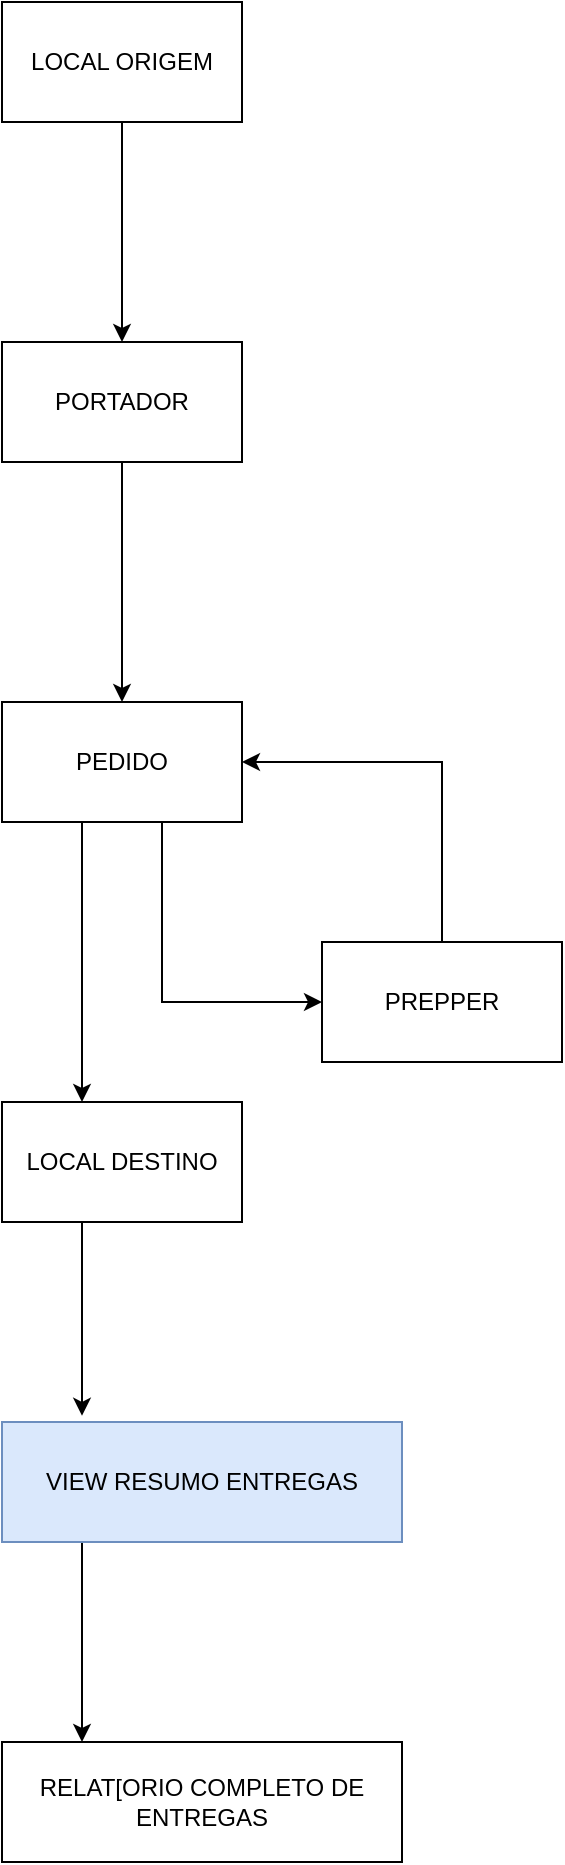
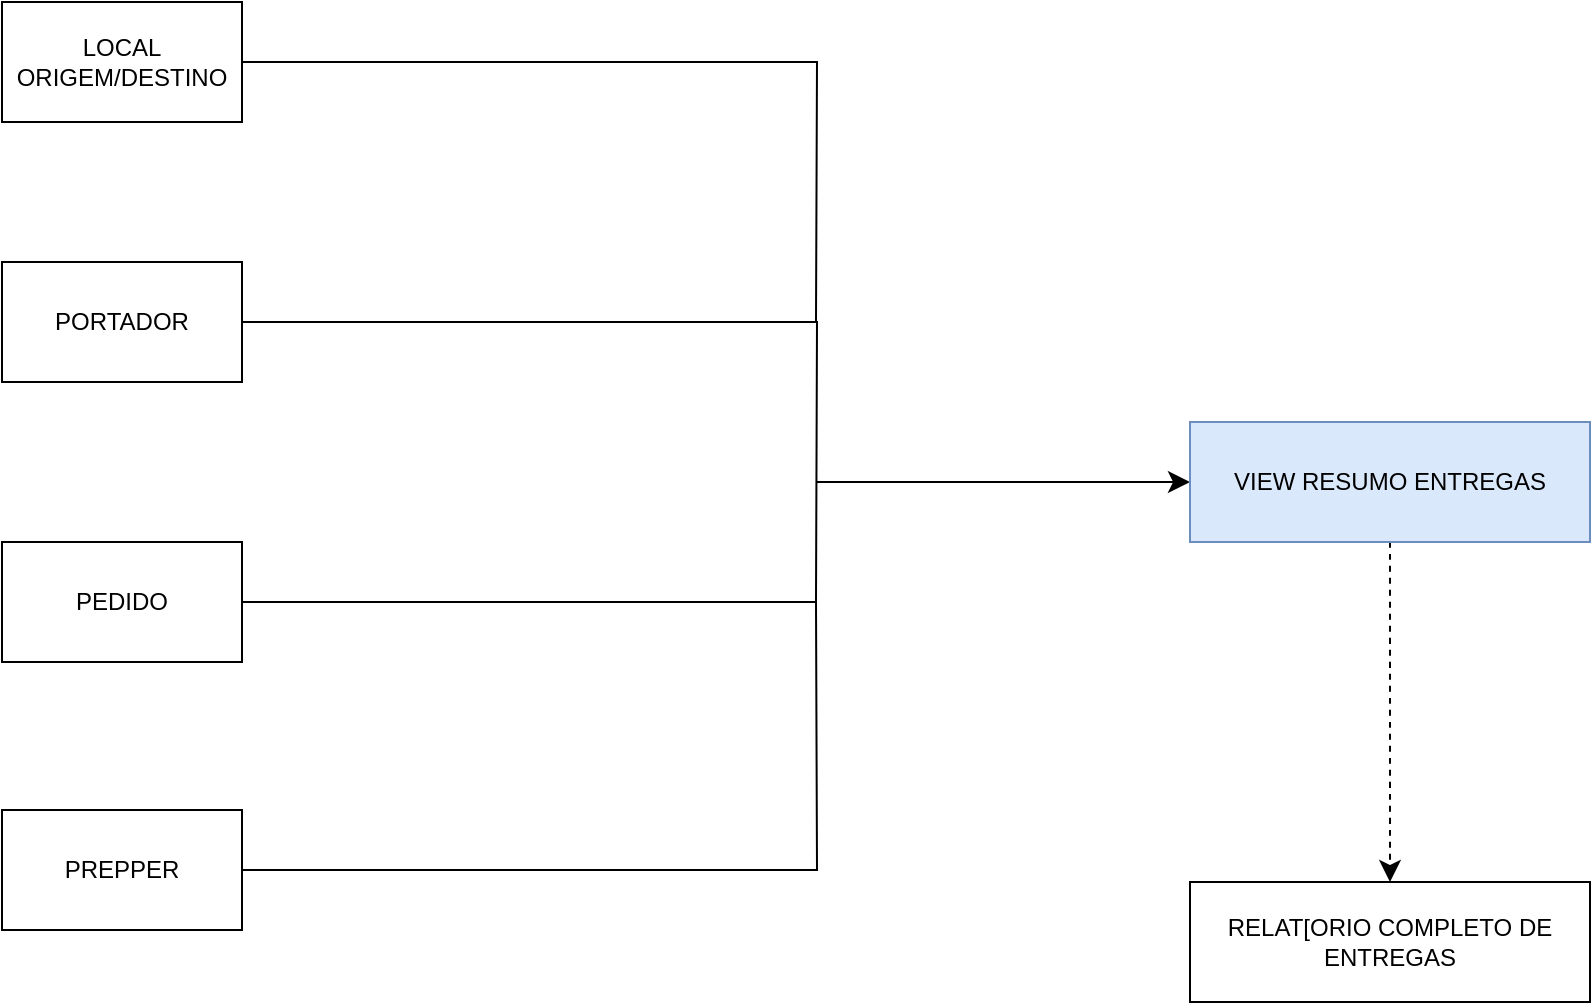
<mxfile host="app.diagrams.net">
  <diagram name="Página-1" id="6ztZoes9-9X1TJFB1nBm">
-     <mxGraphModel dx="2867" dy="1663" grid="1" gridSize="10" guides="1" tooltips="1" connect="1" arrows="1" fold="1" page="1" pageScale="1" pageWidth="827" pageHeight="1169" math="0" shadow="0">
+     <mxGraphModel dx="2282" dy="1348" grid="1" gridSize="10" guides="1" tooltips="1" connect="1" arrows="1" fold="1" page="1" pageScale="1" pageWidth="827" pageHeight="1169" math="0" shadow="0">
      <root>
        <mxCell id="0" />
        <mxCell id="1" parent="0" />
-         <mxCell id="YXhNt6_YL84UlJhjIzcj-8" edge="1" parent="1" source="YXhNt6_YL84UlJhjIzcj-1" style="edgeStyle=orthogonalEdgeStyle;rounded=0;orthogonalLoop=1;jettySize=auto;html=1;" target="YXhNt6_YL84UlJhjIzcj-2">
-           <mxGeometry relative="1" as="geometry" />
+         <mxCell id="mGEY4_qnDEc_kFkiYiXG-14" edge="1" parent="1" source="YXhNt6_YL84UlJhjIzcj-1" style="edgeStyle=orthogonalEdgeStyle;rounded=0;orthogonalLoop=1;jettySize=auto;html=1;fontSize=12;startSize=8;endSize=8;endArrow=none;endFill=0;">
+           <mxGeometry relative="1" as="geometry">
+             <mxPoint x="640" y="420" as="targetPoint" />
+           </mxGeometry>
        </mxCell>
        <mxCell id="YXhNt6_YL84UlJhjIzcj-1" parent="1" style="rounded=0;whiteSpace=wrap;html=1;" value="PORTADOR" vertex="1">
-           <mxGeometry height="60" width="120" x="80" y="250" as="geometry" />
+           <mxGeometry height="60" width="120" x="233" y="250" as="geometry" />
        </mxCell>
-         <mxCell id="YXhNt6_YL84UlJhjIzcj-7" edge="1" parent="1" source="YXhNt6_YL84UlJhjIzcj-2" style="edgeStyle=orthogonalEdgeStyle;rounded=0;orthogonalLoop=1;jettySize=auto;html=1;entryX=0;entryY=0.5;entryDx=0;entryDy=0;" target="YXhNt6_YL84UlJhjIzcj-3">
+         <mxCell id="mGEY4_qnDEc_kFkiYiXG-5" edge="1" parent="1" source="YXhNt6_YL84UlJhjIzcj-2" style="edgeStyle=none;curved=1;rounded=0;orthogonalLoop=1;jettySize=auto;html=1;fontSize=12;startSize=8;endSize=8;endArrow=none;endFill=0;">
          <mxGeometry relative="1" as="geometry">
-             <Array as="points">
-               <mxPoint x="160" y="580" />
-             </Array>
-             <mxPoint x="139.9999999999999" y="590" as="targetPoint" />
-           </mxGeometry>
-         </mxCell>
-         <mxCell id="YXhNt6_YL84UlJhjIzcj-10" edge="1" parent="1" source="YXhNt6_YL84UlJhjIzcj-2" style="edgeStyle=orthogonalEdgeStyle;rounded=0;orthogonalLoop=1;jettySize=auto;html=1;" target="YXhNt6_YL84UlJhjIzcj-9">
-           <mxGeometry relative="1" as="geometry">
-             <Array as="points">
-               <mxPoint x="120" y="570" />
-               <mxPoint x="120" y="570" />
-             </Array>
+             <mxPoint x="640" y="420" as="targetPoint" />
          </mxGeometry>
        </mxCell>
        <mxCell id="YXhNt6_YL84UlJhjIzcj-2" parent="1" style="rounded=0;whiteSpace=wrap;html=1;" value="PEDIDO" vertex="1">
-           <mxGeometry height="60" width="120" x="80" y="430" as="geometry" />
+           <mxGeometry height="60" width="120" x="233" y="390" as="geometry" />
        </mxCell>
-         <mxCell id="YXhNt6_YL84UlJhjIzcj-6" edge="1" parent="1" source="YXhNt6_YL84UlJhjIzcj-3" style="edgeStyle=orthogonalEdgeStyle;rounded=0;orthogonalLoop=1;jettySize=auto;html=1;">
+         <mxCell id="mGEY4_qnDEc_kFkiYiXG-9" edge="1" parent="1" source="YXhNt6_YL84UlJhjIzcj-3" style="edgeStyle=orthogonalEdgeStyle;rounded=0;orthogonalLoop=1;jettySize=auto;html=1;fontSize=12;startSize=8;endSize=8;exitX=1;exitY=0.5;exitDx=0;exitDy=0;endArrow=none;endFill=0;">
          <mxGeometry relative="1" as="geometry">
-             <Array as="points">
-               <mxPoint x="300" y="460" />
-               <mxPoint x="200" y="460" />
-             </Array>
-             <mxPoint x="200" y="460" as="targetPoint" />
+             <mxPoint x="403" y="553.8" as="sourcePoint" />
+             <mxPoint x="640" y="420" as="targetPoint" />
          </mxGeometry>
        </mxCell>
        <mxCell id="YXhNt6_YL84UlJhjIzcj-3" parent="1" style="rounded=0;whiteSpace=wrap;html=1;" value="PREPPER" vertex="1">
-           <mxGeometry height="60" width="120" x="240" y="550" as="geometry" />
+           <mxGeometry height="60" width="120" x="233" y="524" as="geometry" />
        </mxCell>
-         <mxCell id="YXhNt6_YL84UlJhjIzcj-9" parent="1" style="rounded=0;whiteSpace=wrap;html=1;" value="LOCAL DESTINO" vertex="1">
-           <mxGeometry height="60" width="120" x="80" y="630" as="geometry" />
+         <mxCell id="mGEY4_qnDEc_kFkiYiXG-10" edge="1" parent="1" source="YXhNt6_YL84UlJhjIzcj-11" style="edgeStyle=none;curved=1;rounded=0;orthogonalLoop=1;jettySize=auto;html=1;entryX=0.5;entryY=0;entryDx=0;entryDy=0;fontSize=12;startSize=8;endSize=8;dashed=1;exitX=0.5;exitY=1;exitDx=0;exitDy=0;" target="YXhNt6_YL84UlJhjIzcj-12">
+           <mxGeometry relative="1" as="geometry" />
        </mxCell>
-         <mxCell id="YXhNt6_YL84UlJhjIzcj-14" edge="1" parent="1" style="edgeStyle=orthogonalEdgeStyle;rounded=0;orthogonalLoop=1;jettySize=auto;html=1;">
+         <mxCell id="Yu_gA6qHSWWPDAq4r-Sa-1" edge="1" parent="1" source="YXhNt6_YL84UlJhjIzcj-11" style="edgeStyle=none;curved=1;rounded=0;orthogonalLoop=1;jettySize=auto;html=1;fontSize=12;startSize=8;endSize=8;startArrow=classic;startFill=1;endArrow=none;endFill=0;">
          <mxGeometry relative="1" as="geometry">
-             <Array as="points">
-               <mxPoint x="120" y="910" />
-               <mxPoint x="120" y="910" />
-             </Array>
-             <mxPoint x="120" y="850" as="sourcePoint" />
-             <mxPoint x="120" y="950" as="targetPoint" />
+             <mxPoint x="640" y="360" as="targetPoint" />
          </mxGeometry>
        </mxCell>
        <mxCell id="YXhNt6_YL84UlJhjIzcj-11" parent="1" style="rounded=0;whiteSpace=wrap;html=1;fillColor=#dae8fc;strokeColor=#6c8ebf;" value="VIEW RESUMO ENTREGAS" vertex="1">
-           <mxGeometry height="60" width="200" x="80" y="790" as="geometry" />
+           <mxGeometry height="60" width="200" x="827" y="330" as="geometry" />
        </mxCell>
        <mxCell id="YXhNt6_YL84UlJhjIzcj-12" parent="1" style="rounded=0;whiteSpace=wrap;html=1;" value="RELAT[ORIO COMPLETO DE ENTREGAS" vertex="1">
-           <mxGeometry height="60" width="200" x="80" y="950" as="geometry" />
+           <mxGeometry height="60" width="200" x="827" y="560" as="geometry" />
        </mxCell>
-         <mxCell id="YXhNt6_YL84UlJhjIzcj-13" edge="1" parent="1" style="edgeStyle=orthogonalEdgeStyle;rounded=0;orthogonalLoop=1;jettySize=auto;html=1;entryX=0.304;entryY=-0.052;entryDx=0;entryDy=0;entryPerimeter=0;">
+         <mxCell id="mGEY4_qnDEc_kFkiYiXG-15" edge="1" parent="1" source="YXhNt6_YL84UlJhjIzcj-15" style="edgeStyle=orthogonalEdgeStyle;rounded=0;orthogonalLoop=1;jettySize=auto;html=1;fontSize=12;startSize=8;endSize=8;endArrow=none;endFill=0;">
          <mxGeometry relative="1" as="geometry">
-             <Array as="points">
-               <mxPoint x="120" y="787" />
-             </Array>
-             <mxPoint x="120" y="690" as="sourcePoint" />
-             <mxPoint x="120.79999999999995" y="786.8800000000001" as="targetPoint" />
+             <mxPoint x="640" y="280" as="targetPoint" />
          </mxGeometry>
        </mxCell>
-         <mxCell id="YXhNt6_YL84UlJhjIzcj-16" edge="1" parent="1" source="YXhNt6_YL84UlJhjIzcj-15" style="edgeStyle=orthogonalEdgeStyle;rounded=0;orthogonalLoop=1;jettySize=auto;html=1;" target="YXhNt6_YL84UlJhjIzcj-1" value="">
-           <mxGeometry relative="1" as="geometry" />
-         </mxCell>
-         <mxCell id="YXhNt6_YL84UlJhjIzcj-15" parent="1" style="rounded=0;whiteSpace=wrap;html=1;" value="LOCAL ORIGEM" vertex="1">
-           <mxGeometry height="60" width="120" x="80" y="80" as="geometry" />
+         <mxCell id="YXhNt6_YL84UlJhjIzcj-15" parent="1" style="rounded=0;whiteSpace=wrap;html=1;" value="LOCAL ORIGEM/DESTINO" vertex="1">
+           <mxGeometry height="60" width="120" x="233" y="120" as="geometry" />
        </mxCell>
      </root>
    </mxGraphModel>
  </diagram>
</mxfile>
